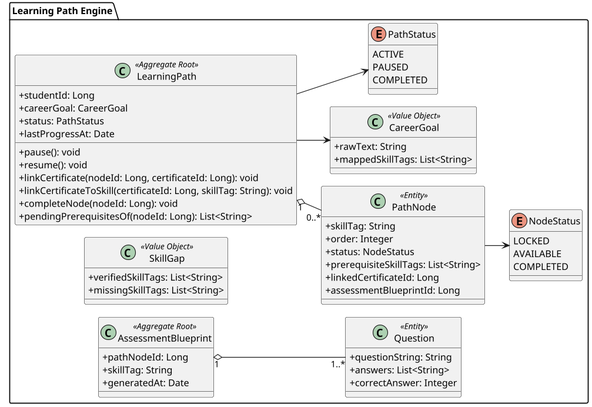
Above: images-doc/class-learning-path-engine-mobile.png in Aplicaciones-Dispositivos-Moviles/SkillSwap-ProjectReport (PlantUML), before the change.
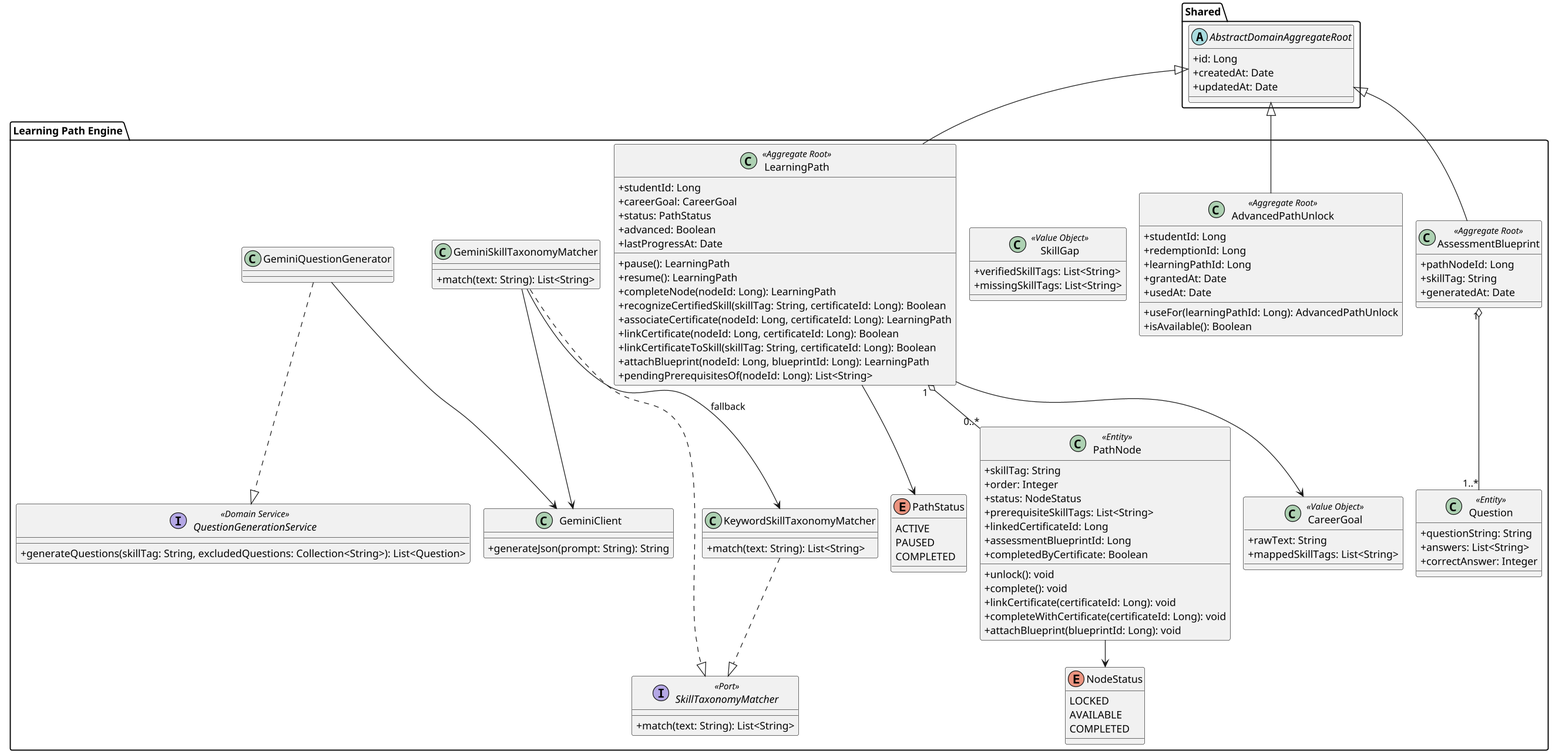
The same diagram one commit later.

Change to the diagram source:
```diff
@@ -2,20 +2,30 @@
 !pragma layout smetana
 skinparam classAttributeIconSize 0
 skinparam packageStyle folder
-skinparam dpi 110
-left to right direction
-
+skinparam dpi 120
+skinparam shadowing false
+package "Shared" {
+    abstract class AbstractDomainAggregateRoot {
+        +id: Long
+        +createdAt: Date
+        +updatedAt: Date
+    }
+}
 package "Learning Path Engine" {
     class LearningPath <<Aggregate Root>> {
         +studentId: Long
         +careerGoal: CareerGoal
         +status: PathStatus
+        +advanced: Boolean
         +lastProgressAt: Date
-        +pause(): void
-        +resume(): void
-        +linkCertificate(nodeId: Long, certificateId: Long): void
-        +linkCertificateToSkill(certificateId: Long, skillTag: String): void
-        +completeNode(nodeId: Long): void
+        +pause(): LearningPath
+        +resume(): LearningPath
+        +completeNode(nodeId: Long): LearningPath
+        +recognizeCertifiedSkill(skillTag: String, certificateId: Long): Boolean
+        +associateCertificate(nodeId: Long, certificateId: Long): LearningPath
+        +linkCertificate(nodeId: Long, certificateId: Long): Boolean
+        +linkCertificateToSkill(skillTag: String, certificateId: Long): Boolean
+        +attachBlueprint(nodeId: Long, blueprintId: Long): LearningPath
         +pendingPrerequisitesOf(nodeId: Long): List<String>
     }
 
@@ -26,6 +36,22 @@
         +prerequisiteSkillTags: List<String>
         +linkedCertificateId: Long
         +assessmentBlueprintId: Long
+        +completedByCertificate: Boolean
+        +unlock(): void
+        +complete(): void
+        +linkCertificate(certificateId: Long): void
+        +completeWithCertificate(certificateId: Long): void
+        +attachBlueprint(blueprintId: Long): void
+    }
+
+    class AdvancedPathUnlock <<Aggregate Root>> {
+        +studentId: Long
+        +redemptionId: Long
+        +learningPathId: Long
+        +grantedAt: Date
+        +usedAt: Date
+        +useFor(learningPathId: Long): AdvancedPathUnlock
+        +isAvailable(): Boolean
     }
 
     class CareerGoal <<Value Object>> {
@@ -50,6 +76,28 @@
         +correctAnswer: Integer
     }
 
+    interface SkillTaxonomyMatcher <<Port>> {
+        +match(text: String): List<String>
+    }
+
+    class GeminiSkillTaxonomyMatcher {
+        +match(text: String): List<String>
+    }
+
+    class KeywordSkillTaxonomyMatcher {
+        +match(text: String): List<String>
+    }
+
+    interface QuestionGenerationService <<Domain Service>> {
+        +generateQuestions(skillTag: String, excludedQuestions: Collection<String>): List<Question>
+    }
+
+    class GeminiQuestionGenerator
+
+    class GeminiClient {
+        +generateJson(prompt: String): String
+    }
+
     enum PathStatus {
         ACTIVE
         PAUSED
@@ -67,5 +115,14 @@
     LearningPath --> PathStatus
     PathNode --> NodeStatus
     AssessmentBlueprint "1" o-- "1..*" Question
+    GeminiSkillTaxonomyMatcher ..|> SkillTaxonomyMatcher
+    KeywordSkillTaxonomyMatcher ..|> SkillTaxonomyMatcher
+    GeminiSkillTaxonomyMatcher --> KeywordSkillTaxonomyMatcher : fallback
+    GeminiSkillTaxonomyMatcher --> GeminiClient
+    GeminiQuestionGenerator ..|> QuestionGenerationService
+    GeminiQuestionGenerator --> GeminiClient
 }
+LearningPath -up-|> AbstractDomainAggregateRoot
+AdvancedPathUnlock -up-|> AbstractDomainAggregateRoot
+AssessmentBlueprint -up-|> AbstractDomainAggregateRoot
 @enduml
```
